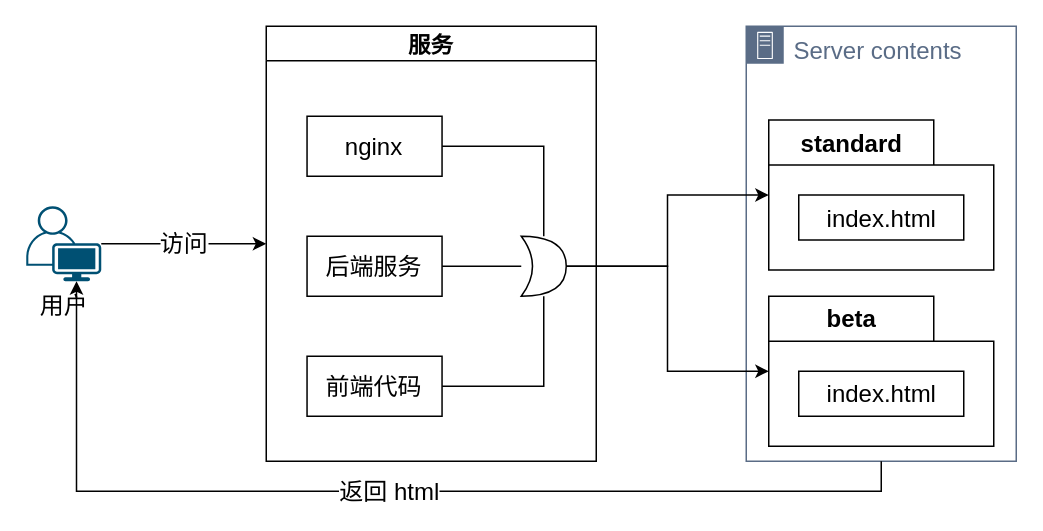
zhuoooo/doodles keeps this draw.io diagram as page "简单" (4 of 4) of 云原生前端灰度方案.drawio. Above is the earlier version. Source tidied: cells renumbered, new cells numbered last; positions are measured from the earlier drawing's top-left corner, leaving out a move shared by most shapes. Both pictures are drawn from the tidied source at 150%, with x=0, y=0 at pixel (26, 26).
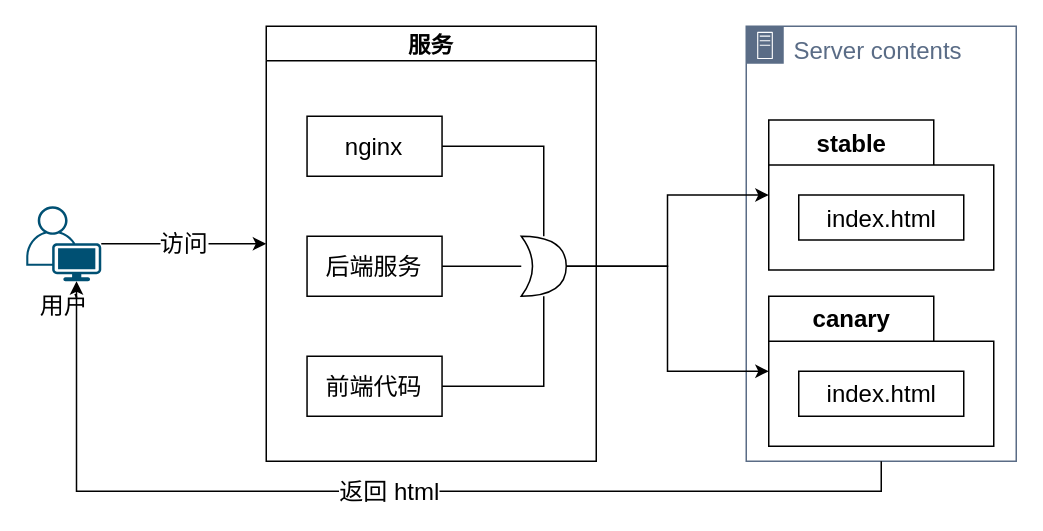
After the change.

The change refers to these unchanged cells:
```xml
<mxCell id="2" value="&lt;font style=&quot;font-size: 16px;&quot;&gt;Server contents&lt;/font&gt;" style="points=[[0,0],[0.25,0],[0.5,0],[0.75,0],[1,0],[1,0.25],[1,0.5],[1,0.75],[1,1],[0.75,1],[0.5,1],[0.25,1],[0,1],[0,0.75],[0,0.5],[0,0.25]];outlineConnect=0;gradientColor=none;html=1;whiteSpace=wrap;fontSize=16;fontStyle=0;shape=mxgraph.aws4.group;grIcon=mxgraph.aws4.group_on_premise;strokeColor=#5A6C86;fillColor=none;verticalAlign=top;align=left;spacingLeft=30;fontColor=#5A6C86;dashed=0;" parent="1" vertex="1">
  <mxGeometry x="480" width="180" height="290" as="geometry" />
</mxCell>
```

What changed in the source:
```diff
@@
-    <mxCell id="3" value="standard" style="shape=folder;fontStyle=1;tabWidth=110;tabHeight=30;tabPosition=left;html=1;boundedLbl=1;labelInHeader=1;fontSize=16;strokeWidth=1;" parent="2" vertex="1">
+    <mxCell id="3" value="stable" style="shape=folder;fontStyle=1;tabWidth=110;tabHeight=30;tabPosition=left;html=1;boundedLbl=1;labelInHeader=1;fontSize=16;strokeWidth=1;" parent="2" vertex="1">
       <mxGeometry x="15" y="62.5" width="150" height="100" as="geometry" />
     </mxCell>
@@
-    <mxCell id="5" value="beta" style="shape=folder;fontStyle=1;tabWidth=110;tabHeight=30;tabPosition=left;html=1;boundedLbl=1;labelInHeader=1;fontSize=16;strokeWidth=1;" parent="2" vertex="1">
+    <mxCell id="5" value="canary" style="shape=folder;fontStyle=1;tabWidth=110;tabHeight=30;tabPosition=left;html=1;boundedLbl=1;labelInHeader=1;fontSize=16;strokeWidth=1;" parent="2" vertex="1">
       <mxGeometry x="15" y="180" width="150" height="100" as="geometry" />
     </mxCell>
```
